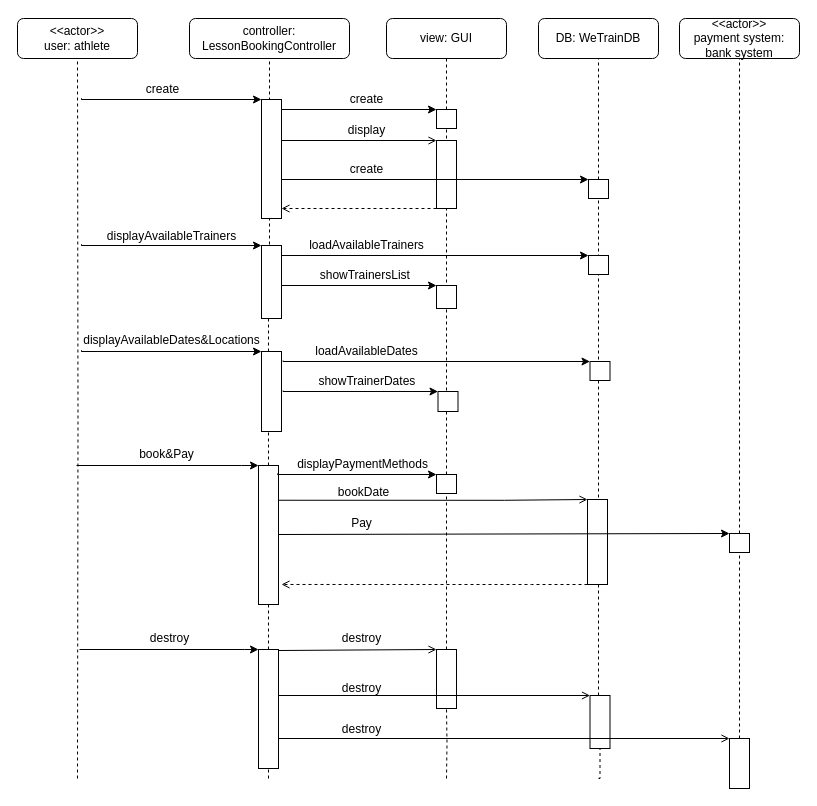
Above: Manenti/SeqD(BookingLesson)_Manenti.drawio in Bobbarello00/WeTrain (draw.io), before the change. Source tidied: cells renumbered, new cells numbered last; positions are measured from the earlier drawing's top-left corner, leaving out a move shared by most shapes. Both pictures are drawn from the tidied source at 100%, with x=0, y=0 at pixel (17, 18).
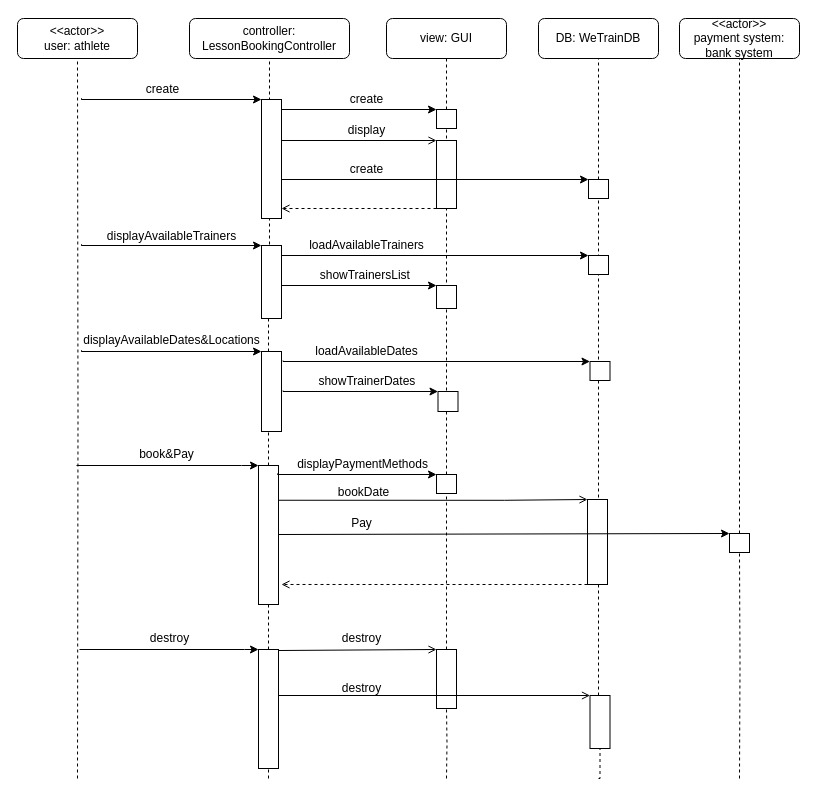
Above is the later version.

The change refers to these unchanged cells:
```xml
<mxCell id="57" style="rounded=0;whiteSpace=wrap;html=1;" parent="1" vertex="1">
  <mxGeometry x="712" y="515" width="20" height="19" as="geometry" />
</mxCell>
```

The edit, as a diff of the source:
```diff
@@
-    <mxCell id="58" style="endArrow=none;dashed=1;html=1;rounded=0;edgeStyle=orthogonalEdgeStyle;entryX=0.5;entryY=1;entryDx=0;entryDy=0;startArrow=none;" parent="1" edge="1" source="75" target="57">
-      <mxGeometry relative="1" as="geometry" />
+    <mxCell id="58" style="endArrow=none;dashed=1;html=1;rounded=0;edgeStyle=orthogonalEdgeStyle;entryX=0.5;entryY=1;entryDx=0;entryDy=0;startArrow=none;" parent="1" edge="1" target="57">
+      <mxGeometry relative="1" as="geometry">
+        <mxPoint x="722" y="760" as="sourcePoint" />
+      </mxGeometry>
     </mxCell>
@@
-    <mxCell id="73" style="endArrow=open;html=1;rounded=0;edgeStyle=orthogonalEdgeStyle;entryX=0;entryY=0;entryDx=0;entryDy=0;endFill=0;" parent="1" edge="1" target="75">
-      <mxGeometry relative="1" as="geometry">
-        <mxPoint x="261" y="722" as="sourcePoint" />
-        <Array as="points">
-          <mxPoint x="261" y="720" />
-        </Array>
-      </mxGeometry>
-    </mxCell>
-    <mxCell id="74" value="destroy" style="text;html=1;align=center;verticalAlign=middle;strokeColor=none;fillColor=none;" parent="1" vertex="1">
-      <mxGeometry x="319" y="701" width="50" height="20" as="geometry" />
-    </mxCell>
-    <mxCell id="75" style="rounded=0;whiteSpace=wrap;html=1;" parent="1" vertex="1">
-      <mxGeometry x="712" y="720" width="20" height="50" as="geometry" />
-    </mxCell>
```
